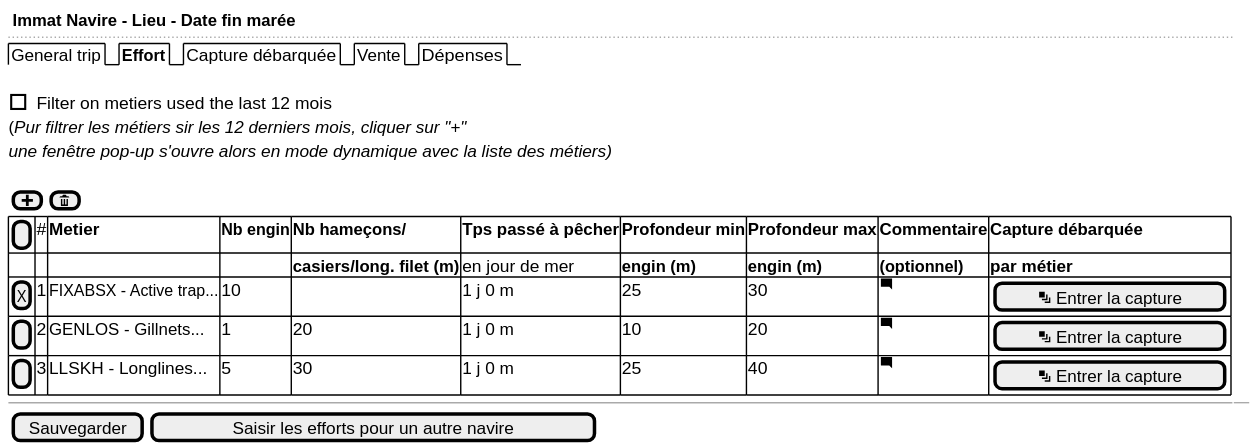
sumaris-net/sumaris-doc keeps this PlantUML diagram as use-case/collect/trip/landing-ui-effort-desktop.svg. Above is the earlier version. Its source is kept beside it as use-case/collect/trip/landing-ui-effort-desktop.puml.
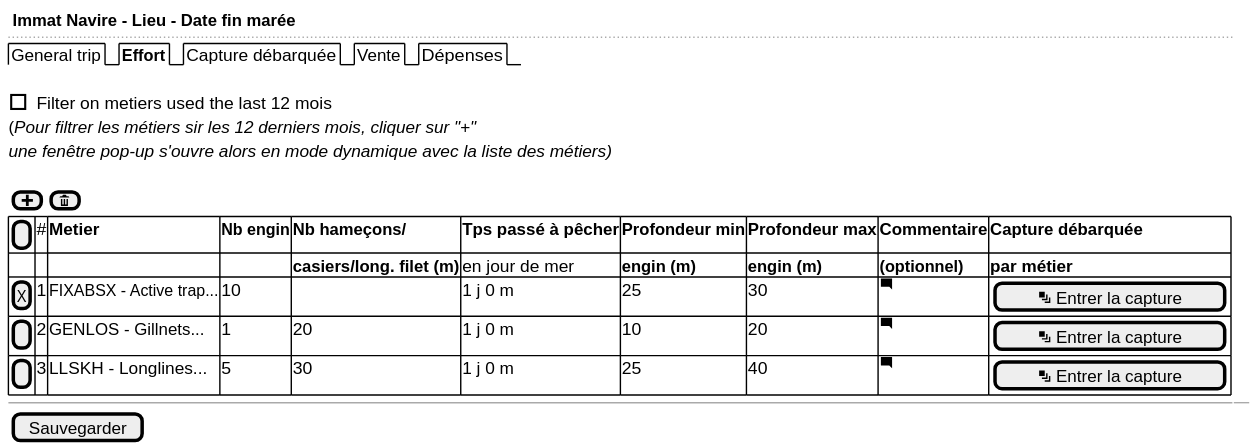
Above is the later version.

Change to the diagram source:
```diff
@@ -5,7 +5,7 @@
   {/ General trip | <b>Effort | Capture débarquée | Vente | Dépenses }
   .
   [] Filter on metiers used the last 12 mois
-  (<i>Pur filtrer les métiers sir les 12 derniers mois, cliquer sur "+"
+  (<i>Pour filtrer les métiers sir les 12 derniers mois, cliquer sur "+"
   <i>une fenêtre pop-up s'ouvre alors en mode dynamique avec la liste des métiers)
   .
   {[<&plus>]  | [<&trash>]}
@@ -19,6 +19,6 @@
   }
   -- | --
 
-  {[Sauvegarder] | [Saisir les efforts pour un autre navire]}
+  {[Sauvegarder]}
 }
 @endsalt
```
